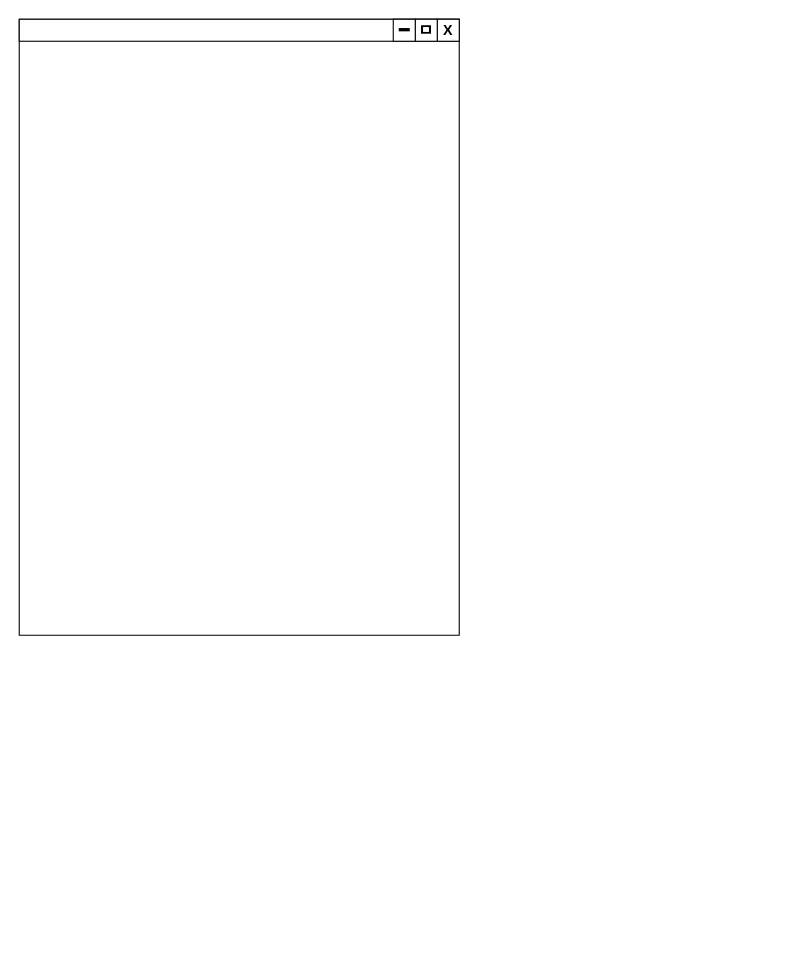
Hyunmin-Kwak-hub/spartagit keeps this draw.io diagram as 팀 자기소개 페이지 와이어프레임.drawio. Above is the earlier version. Source tidied: cells renumbered, new cells numbered last; positions are measured from the earlier drawing's top-left corner, leaving out a move shared by most shapes. Both pictures are drawn from the tidied source at 110%, with x=0, y=0 at pixel (19, 19).
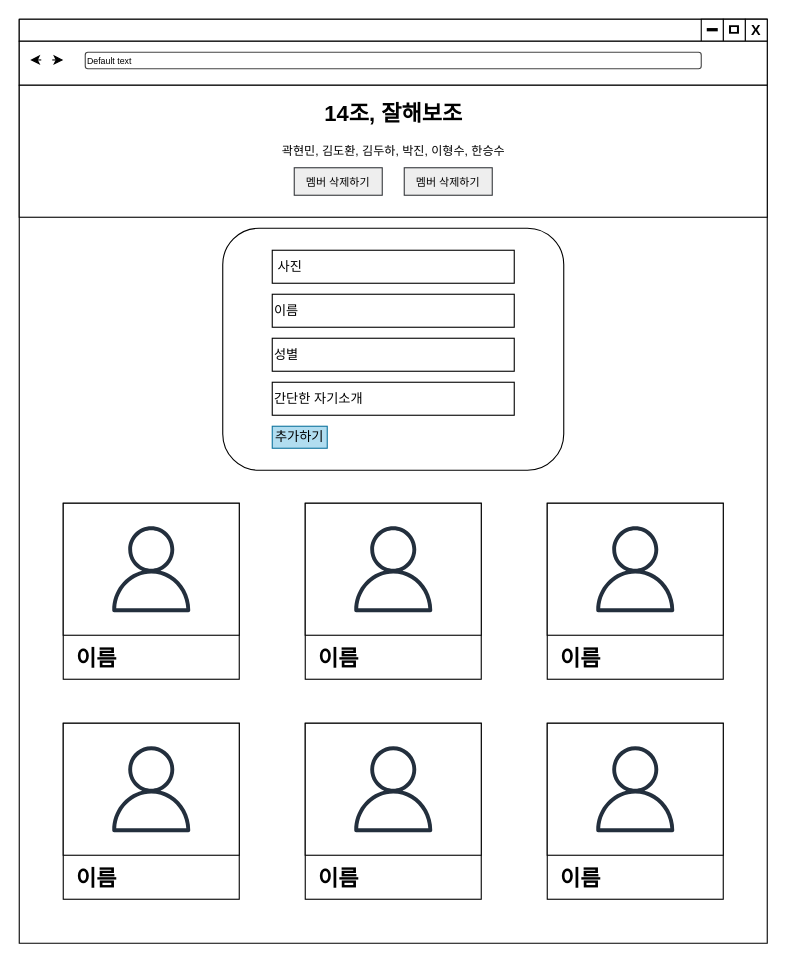
Above is the later version.

Commit message (it also covers changes not shown here):
팀 자기소개 페이지 와이어프레임.drawio 업데이트

The edit, as a diff of the source:
```diff
@@
     <mxCell id="2" style="swimlane;startSize=0;" parent="1" vertex="1">
-      <mxGeometry width="400" height="560" as="geometry" />
+      <mxGeometry width="680" height="840" as="geometry" />
     </mxCell>
     <mxCell id="3" style="rounded=0;whiteSpace=wrap;html=1;" parent="2" vertex="1">
-      <mxGeometry width="400" height="20" as="geometry" />
+      <mxGeometry width="680" height="20" as="geometry" />
     </mxCell>
     <mxCell id="4" value="&lt;b&gt;&lt;font style=&quot;font-size: 13px;&quot;&gt;X&lt;/font&gt;&lt;/b&gt;" style="whiteSpace=wrap;html=1;" parent="2" vertex="1">
-      <mxGeometry x="380" width="20" height="20" as="geometry" />
+      <mxGeometry x="660" width="20" height="20" as="geometry" />
     </mxCell>
     <mxCell id="5" value="&lt;b&gt;&lt;font style=&quot;font-size: 15px;&quot;&gt;ㅁ&lt;/font&gt;&lt;/b&gt;" style="whiteSpace=wrap;html=1;strokeWidth=1;" parent="2" vertex="1">
-      <mxGeometry x="360" width="20" height="20" as="geometry" />
+      <mxGeometry x="640" width="20" height="20" as="geometry" />
     </mxCell>
     <mxCell id="6" style="whiteSpace=wrap;html=1;" parent="2" vertex="1">
-      <mxGeometry x="340" width="20" height="20" as="geometry" />
+      <mxGeometry x="620" width="20" height="20" as="geometry" />
     </mxCell>
     <mxCell id="7" style="endArrow=none;html=1;rounded=0;strokeWidth=3;" parent="2" edge="1">
       <mxGeometry relative="1" as="geometry">
-        <mxPoint x="345" y="9.5" as="sourcePoint" />
-        <mxPoint x="355" y="9.5" as="targetPoint" />
+        <mxPoint x="625" y="9.5" as="sourcePoint" />
+        <mxPoint x="635" y="9.5" as="targetPoint" />
       </mxGeometry>
     </mxCell>
+    <mxCell id="8" style="rounded=0;whiteSpace=wrap;html=1;" parent="2" vertex="1">
+      <mxGeometry y="20" width="680" height="40" as="geometry" />
+    </mxCell>
+    <mxCell id="9" value="Default text" style="strokeWidth=1;html=1;shadow=0;dashed=0;shape=mxgraph.ios.iTextInput;strokeColor=#444444;buttonText=;fontSize=8;whiteSpace=wrap;align=left;" parent="2" vertex="1">
+      <mxGeometry x="60" y="30" width="560" height="15" as="geometry" />
+    </mxCell>
+    <mxCell id="10" style="endArrow=classic;html=1;rounded=0;" parent="2" edge="1">
+      <mxGeometry relative="1" as="geometry">
+        <mxPoint x="20" y="37" as="sourcePoint" />
+        <mxPoint x="10" y="37" as="targetPoint" />
+      </mxGeometry>
+    </mxCell>
+    <mxCell id="11" style="endArrow=classic;html=1;rounded=0;" parent="2" edge="1">
+      <mxGeometry relative="1" as="geometry">
+        <mxPoint x="30" y="37" as="sourcePoint" />
+        <mxPoint x="40" y="37" as="targetPoint" />
+      </mxGeometry>
+    </mxCell>
+    <mxCell id="12" style="rounded=0;whiteSpace=wrap;html=1;" parent="2" vertex="1">
+      <mxGeometry y="60" width="680" height="120" as="geometry" />
+    </mxCell>
+    <mxCell id="13" value="14조, 잘해보조" style="text;html=1;align=center;verticalAlign=middle;strokeColor=none;fillColor=none;fontSize=20;fontStyle=1;" parent="2" vertex="1">
+      <mxGeometry x="265" y="65" width="150" height="40" as="geometry" />
+    </mxCell>
+    <mxCell id="14" value="곽현민, 김도환, 김두하, 박진, 이형수, 한승수" style="text;html=1;align=center;verticalAlign=middle;strokeColor=none;fillColor=none;fontSize=11;" parent="2" vertex="1">
+      <mxGeometry x="225" y="105" width="230" height="30" as="geometry" />
+    </mxCell>
+    <mxCell id="15" value="멤버 삭제하기" style="rounded=0;whiteSpace=wrap;html=1;fontSize=10;fillColor=#eeeeee;strokeColor=#36393d;" parent="2" vertex="1">
+      <mxGeometry x="350" y="135" width="80" height="25" as="geometry" />
+    </mxCell>
+    <mxCell id="16" value="멤버 삭제하기" style="rounded=0;whiteSpace=wrap;html=1;fontSize=10;fillColor=#eeeeee;strokeColor=#36393d;" parent="2" vertex="1">
+      <mxGeometry x="250" y="135" width="80" height="25" as="geometry" />
+    </mxCell>
+    <mxCell id="17" style="rounded=1;whiteSpace=wrap;html=1;" parent="2" vertex="1">
+      <mxGeometry x="185" y="190" width="310" height="220" as="geometry" />
+    </mxCell>
+    <mxCell id="18" value="&amp;nbsp;사진" style="rounded=0;whiteSpace=wrap;html=1;align=left;" parent="2" vertex="1">
+      <mxGeometry x="230" y="210" width="220" height="30" as="geometry" />
+    </mxCell>
+    <mxCell id="19" value="이름" style="rounded=0;whiteSpace=wrap;html=1;align=left;" parent="2" vertex="1">
+      <mxGeometry x="230" y="250" width="220" height="30" as="geometry" />
+    </mxCell>
+    <mxCell id="20" value="성별" style="rounded=0;whiteSpace=wrap;html=1;align=left;" parent="2" vertex="1">
+      <mxGeometry x="230" y="290" width="220" height="30" as="geometry" />
+    </mxCell>
+    <mxCell id="21" value="간단한 자기소개" style="rounded=0;whiteSpace=wrap;html=1;align=left;" parent="2" vertex="1">
+      <mxGeometry x="230" y="330" width="220" height="30" as="geometry" />
+    </mxCell>
+    <mxCell id="22" value="추가하기" style="rounded=0;whiteSpace=wrap;html=1;fillColor=#b1ddf0;strokeColor=#10739e;" parent="2" vertex="1">
+      <mxGeometry x="230" y="370" width="50" height="20" as="geometry" />
+    </mxCell>
+    <mxCell id="23" style="rounded=0;whiteSpace=wrap;html=1;" parent="2" vertex="1">
+      <mxGeometry x="40" y="440" width="160" height="160" as="geometry" />
+    </mxCell>
+    <mxCell id="24" style="rounded=0;whiteSpace=wrap;html=1;" parent="2" vertex="1">
+      <mxGeometry x="40" y="440" width="160" height="120" as="geometry" />
+    </mxCell>
+    <mxCell id="25" style="sketch=0;fontColor=#232F3E;gradientColor=none;fillColor=#232F3D;strokeColor=none;dashed=0;verticalLabelPosition=bottom;verticalAlign=top;align=center;html=1;fontSize=12;fontStyle=0;shape=mxgraph.aws4.user;" parent="2" vertex="1">
+      <mxGeometry x="81" y="461" width="78" height="78" as="geometry" />
+    </mxCell>
+    <mxCell id="26" value="이름" style="text;html=1;align=center;verticalAlign=middle;strokeColor=none;fillColor=none;fontSize=20;fontStyle=1;" parent="2" vertex="1">
+      <mxGeometry x="40" y="560" width="60" height="40" as="geometry" />
+    </mxCell>
+    <mxCell id="27" style="rounded=0;whiteSpace=wrap;html=1;" parent="2" vertex="1">
+      <mxGeometry x="260" y="440" width="160" height="160" as="geometry" />
+    </mxCell>
+    <mxCell id="28" style="rounded=0;whiteSpace=wrap;html=1;" parent="2" vertex="1">
+      <mxGeometry x="260" y="440" width="160" height="120" as="geometry" />
+    </mxCell>
+    <mxCell id="29" style="sketch=0;fontColor=#232F3E;gradientColor=none;fillColor=#232F3D;strokeColor=none;dashed=0;verticalLabelPosition=bottom;verticalAlign=top;align=center;html=1;fontSize=12;fontStyle=0;shape=mxgraph.aws4.user;" parent="2" vertex="1">
+      <mxGeometry x="301" y="461" width="78" height="78" as="geometry" />
+    </mxCell>
+    <mxCell id="30" value="이름" style="text;html=1;align=center;verticalAlign=middle;strokeColor=none;fillColor=none;fontSize=20;fontStyle=1;" parent="2" vertex="1">
+      <mxGeometry x="260" y="560" width="60" height="40" as="geometry" />
+    </mxCell>
+    <mxCell id="31" style="rounded=0;whiteSpace=wrap;html=1;" parent="2" vertex="1">
+      <mxGeometry x="480" y="440" width="160" height="160" as="geometry" />
+    </mxCell>
+    <mxCell id="32" style="rounded=0;whiteSpace=wrap;html=1;" parent="2" vertex="1">
+      <mxGeometry x="480" y="440" width="160" height="120" as="geometry" />
+    </mxCell>
+    <mxCell id="33" style="sketch=0;fontColor=#232F3E;gradientColor=none;fillColor=#232F3D;strokeColor=none;dashed=0;verticalLabelPosition=bottom;verticalAlign=top;align=center;html=1;fontSize=12;fontStyle=0;shape=mxgraph.aws4.user;" parent="2" vertex="1">
+      <mxGeometry x="521" y="461" width="78" height="78" as="geometry" />
+    </mxCell>
+    <mxCell id="34" value="이름" style="text;html=1;align=center;verticalAlign=middle;strokeColor=none;fillColor=none;fontSize=20;fontStyle=1;" parent="2" vertex="1">
+      <mxGeometry x="480" y="560" width="60" height="40" as="geometry" />
+    </mxCell>
+    <mxCell id="35" style="rounded=0;whiteSpace=wrap;html=1;" parent="2" vertex="1">
+      <mxGeometry x="40" y="640" width="160" height="160" as="geometry" />
+    </mxCell>
+    <mxCell id="36" style="rounded=0;whiteSpace=wrap;html=1;" parent="2" vertex="1">
+      <mxGeometry x="40" y="640" width="160" height="120" as="geometry" />
+    </mxCell>
+    <mxCell id="37" style="sketch=0;fontColor=#232F3E;gradientColor=none;fillColor=#232F3D;strokeColor=none;dashed=0;verticalLabelPosition=bottom;verticalAlign=top;align=center;html=1;fontSize=12;fontStyle=0;shape=mxgraph.aws4.user;" parent="2" vertex="1">
+      <mxGeometry x="81" y="661" width="78" height="78" as="geometry" />
+    </mxCell>
+    <mxCell id="38" value="이름" style="text;html=1;align=center;verticalAlign=middle;strokeColor=none;fillColor=none;fontSize=20;fontStyle=1;" parent="2" vertex="1">
+      <mxGeometry x="40" y="760" width="60" height="40" as="geometry" />
+    </mxCell>
+    <mxCell id="39" style="rounded=0;whiteSpace=wrap;html=1;" parent="2" vertex="1">
+      <mxGeometry x="260" y="640" width="160" height="160" as="geometry" />
+    </mxCell>
+    <mxCell id="40" style="rounded=0;whiteSpace=wrap;html=1;" parent="2" vertex="1">
+      <mxGeometry x="260" y="640" width="160" height="120" as="geometry" />
+    </mxCell>
+    <mxCell id="41" style="sketch=0;fontColor=#232F3E;gradientColor=none;fillColor=#232F3D;strokeColor=none;dashed=0;verticalLabelPosition=bottom;verticalAlign=top;align=center;html=1;fontSize=12;fontStyle=0;shape=mxgraph.aws4.user;" parent="2" vertex="1">
+      <mxGeometry x="301" y="661" width="78" height="78" as="geometry" />
+    </mxCell>
+    <mxCell id="42" value="이름" style="text;html=1;align=center;verticalAlign=middle;strokeColor=none;fillColor=none;fontSize=20;fontStyle=1;" parent="2" vertex="1">
+      <mxGeometry x="260" y="760" width="60" height="40" as="geometry" />
+    </mxCell>
+    <mxCell id="43" style="rounded=0;whiteSpace=wrap;html=1;" parent="2" vertex="1">
+      <mxGeometry x="480" y="640" width="160" height="160" as="geometry" />
+    </mxCell>
+    <mxCell id="44" style="rounded=0;whiteSpace=wrap;html=1;" parent="2" vertex="1">
+      <mxGeometry x="480" y="640" width="160" height="120" as="geometry" />
+    </mxCell>
+    <mxCell id="45" style="sketch=0;fontColor=#232F3E;gradientColor=none;fillColor=#232F3D;strokeColor=none;dashed=0;verticalLabelPosition=bottom;verticalAlign=top;align=center;html=1;fontSize=12;fontStyle=0;shape=mxgraph.aws4.user;" parent="2" vertex="1">
+      <mxGeometry x="521" y="661" width="78" height="78" as="geometry" />
+    </mxCell>
+    <mxCell id="46" value="이름" style="text;html=1;align=center;verticalAlign=middle;strokeColor=none;fillColor=none;fontSize=20;fontStyle=1;" parent="2" vertex="1">
+      <mxGeometry x="480" y="760" width="60" height="40" as="geometry" />
+    </mxCell>
```
